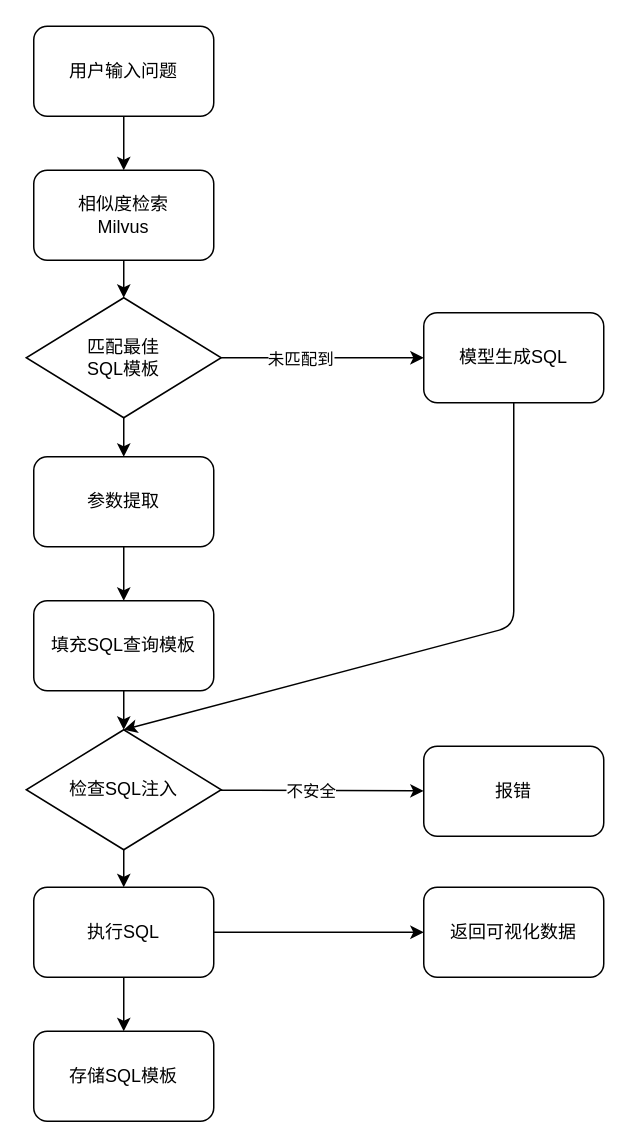
Above: chat-bi.drawio in sumingcheng/chat-bi (draw.io), before the change. Source tidied: cells renumbered, new cells numbered last; positions are measured from the earlier drawing's top-left corner, leaving out a move shared by most shapes. Both pictures are drawn from the tidied source at 150%, with x=0, y=0 at pixel (26, 26).
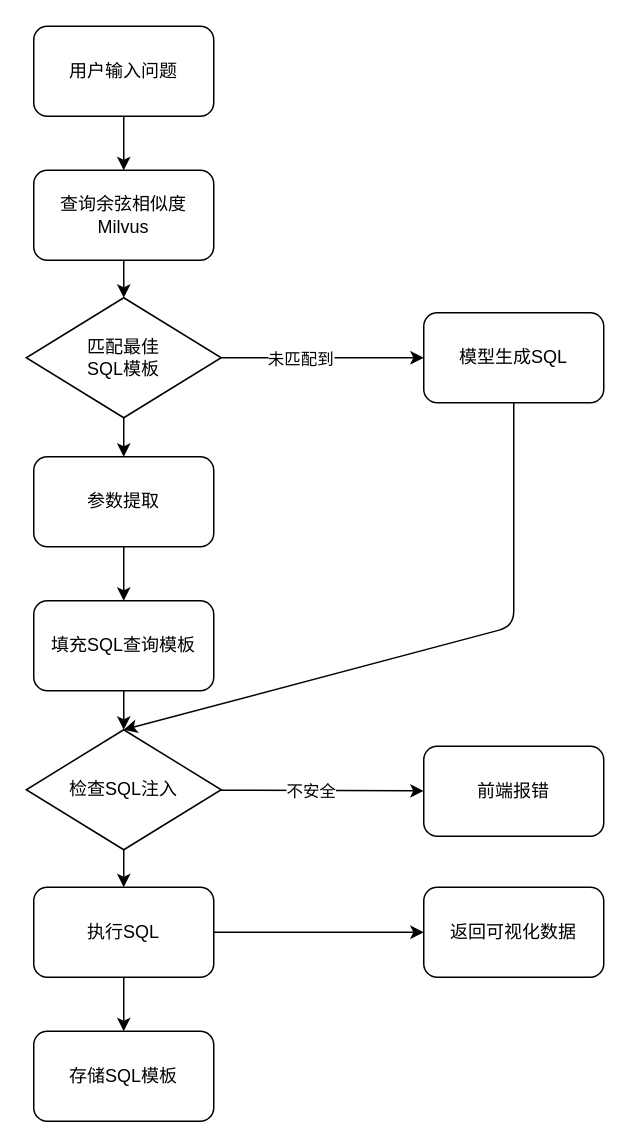
Above is the later version.

Diff of the diagram source:
```diff
@@
-    <mxCell id="5" value="相似度检索&lt;br&gt;Milvus" style="rounded=1;whiteSpace=wrap;html=1;flipV=0;flipH=1;" parent="1" vertex="1">
+    <mxCell id="5" value="查询余弦相似度&lt;br&gt;Milvus" style="rounded=1;whiteSpace=wrap;html=1;flipV=0;flipH=1;" parent="1" vertex="1">
       <mxGeometry x="5" y="96" width="120" height="60" as="geometry" />
     </mxCell>
@@
-    <mxCell id="25" value="报错" style="rounded=1;whiteSpace=wrap;html=1;" parent="1" vertex="1">
+    <mxCell id="25" value="前端报错" style="rounded=1;whiteSpace=wrap;html=1;" parent="1" vertex="1">
       <mxGeometry x="265" y="480" width="120" height="60" as="geometry" />
     </mxCell>
```
